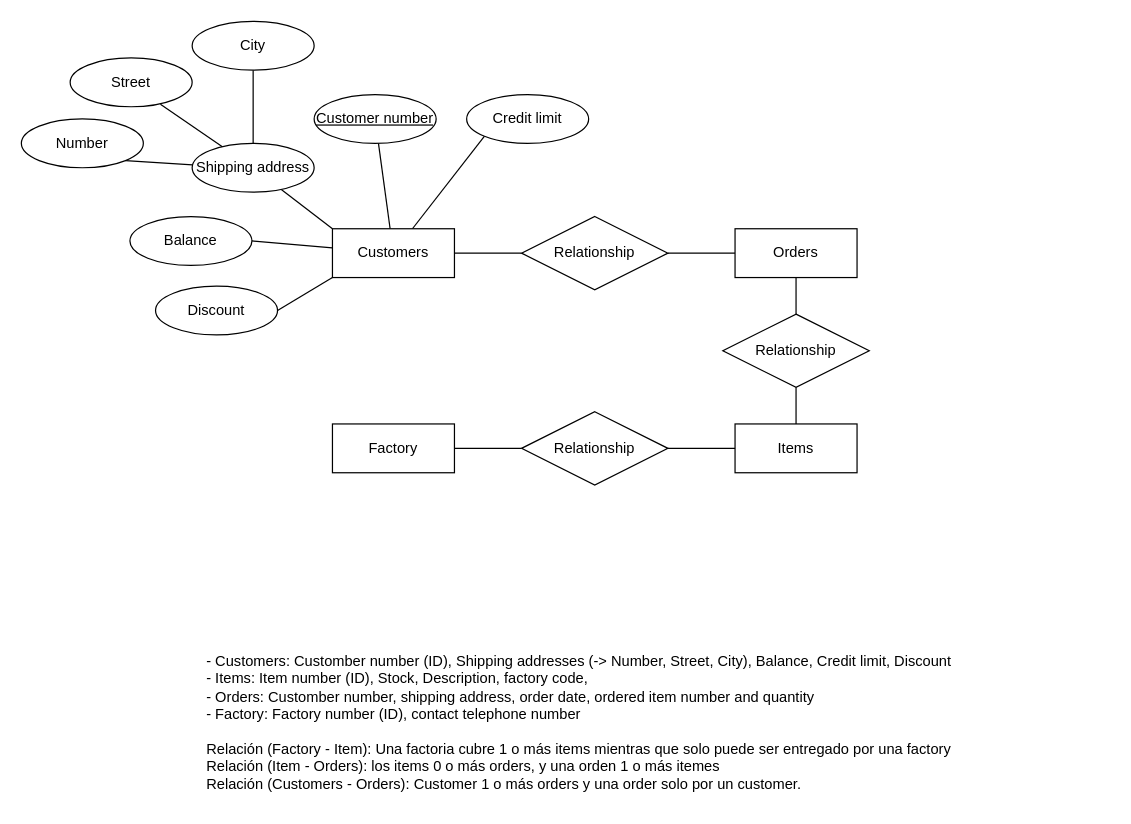
Before: page "Exercise 3" (3 of 5) of ejercicio3.drawio in Maek0s/1DAM_Databases, a draw.io diagram. Source tidied: cells renumbered, new cells numbered last; positions are measured from the earlier drawing's top-left corner, leaving out a move shared by most shapes. Both pictures are drawn from the tidied source at 122%, with x=0, y=0 at pixel (21, 21).
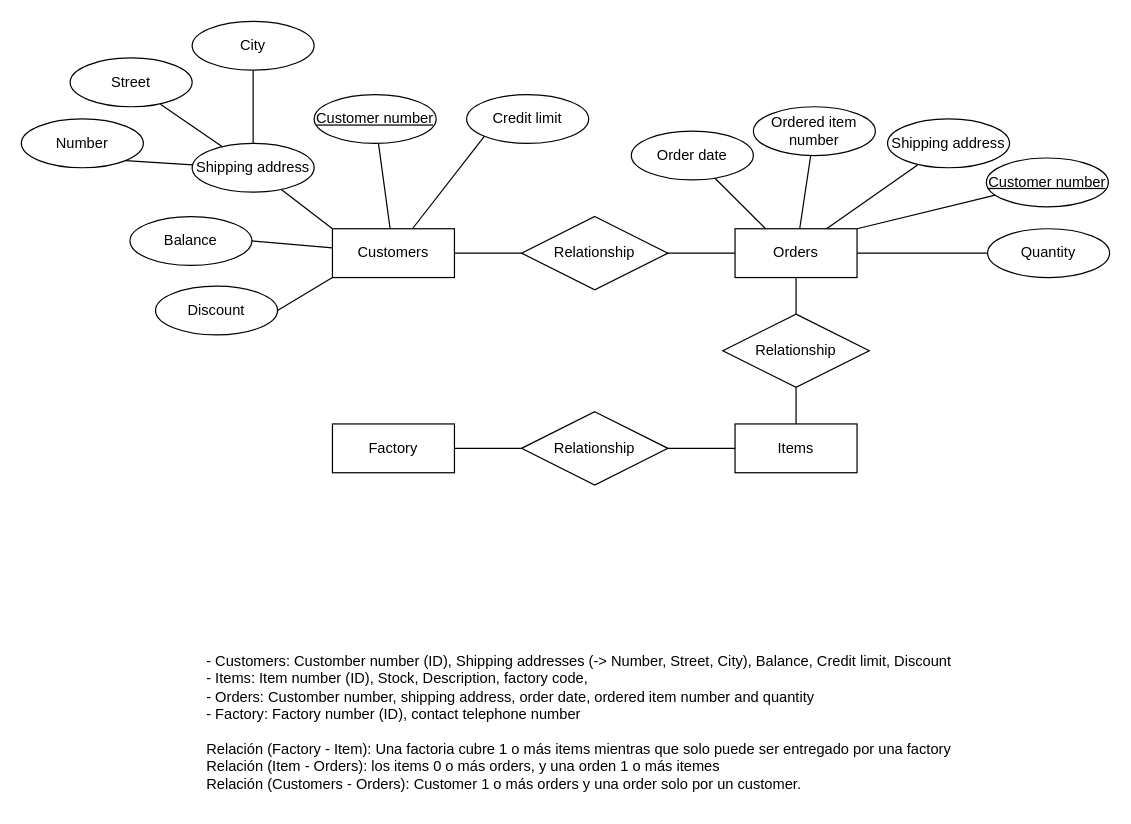
Above is the later version.

Unchanged cells that the change refers to:
```xml
<mxCell id="10" value="Orders" style="whiteSpace=wrap;html=1;align=center;" parent="1" vertex="1">
  <mxGeometry x="585" y="170" width="100" height="40" as="geometry" />
</mxCell>
```

The edit, as a diff of the source:
```diff
@@
+    <mxCell id="32" style="rounded=0;jettySize=auto;html=1;entryX=0.25;entryY=0;entryDx=0;entryDy=0;endArrow=none;endFill=0;" parent="1" edge="1" source="33" target="10">
+      <mxGeometry relative="1" as="geometry" />
+    </mxCell>
+    <mxCell id="33" value="Order date" style="ellipse;whiteSpace=wrap;html=1;align=center;" parent="1" vertex="1">
+      <mxGeometry x="500" y="90" width="100" height="40" as="geometry" />
+    </mxCell>
+    <mxCell id="34" style="rounded=0;jettySize=auto;html=1;endArrow=none;endFill=0;" parent="1" edge="1" source="35" target="10">
+      <mxGeometry relative="1" as="geometry" />
+    </mxCell>
+    <mxCell id="35" value="Ordered item number" style="ellipse;whiteSpace=wrap;html=1;align=center;" parent="1" vertex="1">
+      <mxGeometry x="600" y="70" width="100" height="40" as="geometry" />
+    </mxCell>
+    <mxCell id="36" style="rounded=0;jettySize=auto;html=1;entryX=0.75;entryY=0;entryDx=0;entryDy=0;endArrow=none;endFill=0;" parent="1" edge="1" source="37" target="10">
+      <mxGeometry relative="1" as="geometry" />
+    </mxCell>
+    <mxCell id="37" value="Shipping address" style="ellipse;whiteSpace=wrap;html=1;align=center;" parent="1" vertex="1">
+      <mxGeometry x="710" y="80" width="100" height="40" as="geometry" />
+    </mxCell>
+    <mxCell id="38" style="rounded=0;jettySize=auto;html=1;entryX=1;entryY=0;entryDx=0;entryDy=0;endArrow=none;endFill=0;" parent="1" edge="1" source="39" target="10">
+      <mxGeometry relative="1" as="geometry" />
+    </mxCell>
+    <mxCell id="39" value="Customer number" style="ellipse;whiteSpace=wrap;html=1;align=center;fontStyle=4;" parent="1" vertex="1">
+      <mxGeometry x="791" y="112" width="100" height="40" as="geometry" />
+    </mxCell>
+    <mxCell id="40" style="rounded=0;jettySize=auto;html=1;endArrow=none;endFill=0;" parent="1" edge="1" source="41" target="10">
+      <mxGeometry relative="1" as="geometry" />
+    </mxCell>
+    <mxCell id="41" value="Quantity" style="ellipse;whiteSpace=wrap;html=1;align=center;" parent="1" vertex="1">
+      <mxGeometry x="792" y="170" width="100" height="40" as="geometry" />
+    </mxCell>
```
